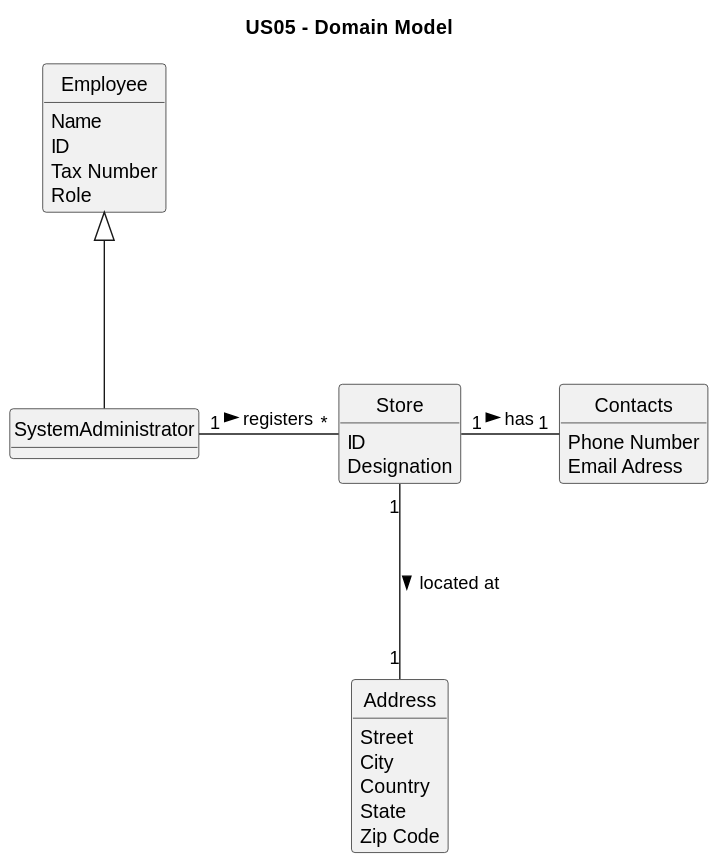
PureNimble/ISEP-LAPR2 keeps this PlantUML diagram as docs/sprintB/US05/02.analysis/svg/us05-domain-model.svg. Above is the earlier version.
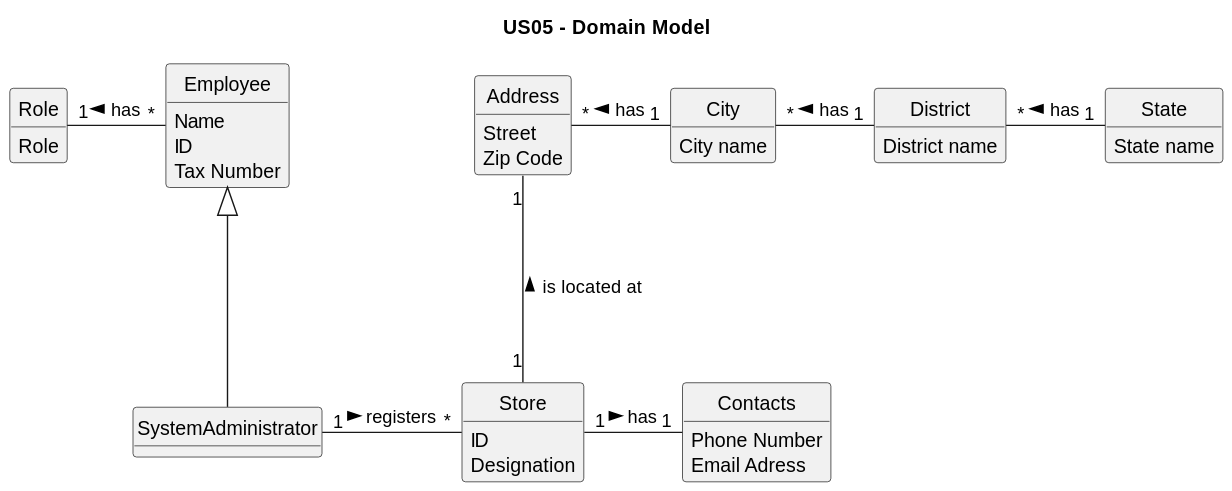
After the change.

Change to the diagram source:
```diff
@@ -10,24 +10,20 @@
 hide circle
 hide methods
 
-class SystemAdministrator
-
-class Address
-
-class Contacts
-
-class Store
-
-class SystemAdministrator{
+class SystemAdministrator {
 
 }
 
-class Employee{
+class Employee {
     Name
     ID
     Tax Number
+}
+
+class Role {
     Role
 }
+
 
 class Contacts {
     Phone Number
@@ -39,17 +35,31 @@
     Designation
 }
 
+class State {
+    State name
+}
+
+class District {
+    District name
+}
+
+class City {
+    City name
+}
+
 class Address {
     Street
-    City
-    Country
-    State
     Zip Code
 }
 
-Store "1" -down-- "1" Address: located at >
+Store "1" -up-- "1" Address: is located at >
 Store "1" -right-- "1" Contacts: has >
 SystemAdministrator "1" -right-- "*" Store: registers >
+State "1" -left-- "*" District : has >
+District "1" -left-- "*" City : has >
+City "1" -left-- "*" Address : has >
+Employee "*" -left-- "1" Role : has >
+
 Employee <|--- SystemAdministrator
 
 @enduml
```
